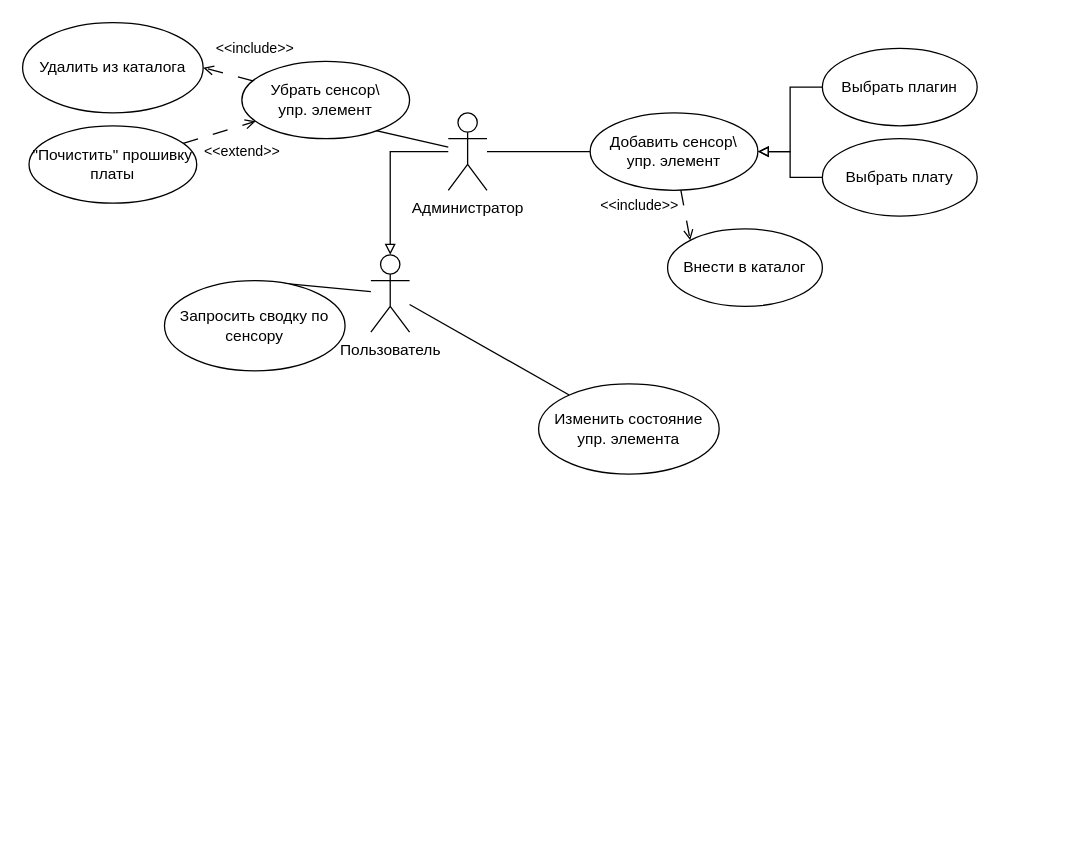
This is LAb4/Usecases.drawio from tireks/OOAP, a draw.io file, before an edit. Source tidied: cells renumbered, new cells numbered last; positions are measured from the earlier drawing's top-left corner, leaving out a move shared by most shapes. Both pictures are drawn from the tidied source at 129%, with x=0, y=0 at pixel (22, 22).
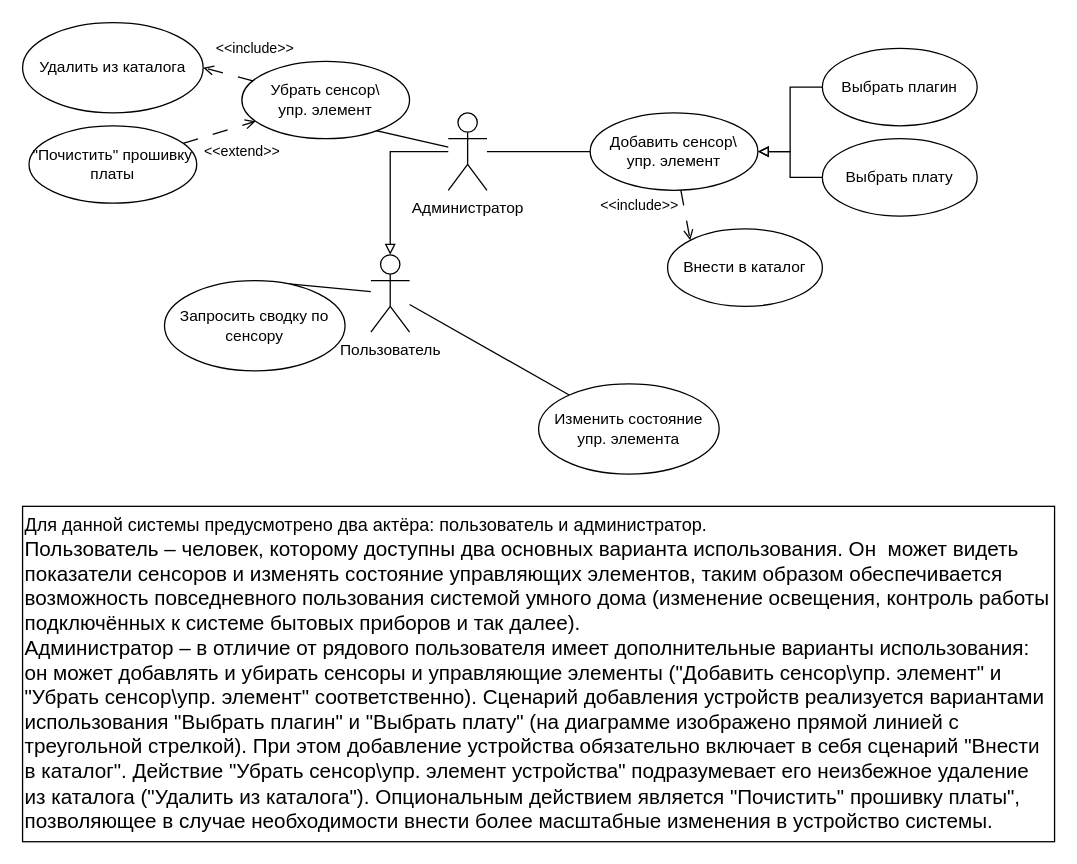
The same diagram, later.

Change to the diagram source:
```diff
@@
+    <mxCell id="23" value="&lt;div&gt;&lt;font style=&quot;font-size: 14px;&quot;&gt;Для данной системы предусмотрено два актёра: пользователь и администратор.&lt;/font&gt;&lt;/div&gt;&lt;div&gt;&lt;font size=&quot;3&quot;&gt;Пользователь – человек, которому доступны два основных варианта использования. Он&amp;nbsp; может видеть показатели сенсоров и изменять состояние управляющих элементов, таким образом обеспечивается возможность повседневного пользования системой умного дома (изменение освещения, контроль работы подключённых к системе бытовых приборов и так далее).&lt;/font&gt;&lt;/div&gt;&lt;div&gt;&lt;font size=&quot;3&quot;&gt;Администратор – в отличие от рядового пользователя имеет дополнительные варианты использования: он может добавлять и убирать сенсоры и управляющие элементы (&quot;Добавить сенсор\упр. элемент&quot; и &quot;Убрать сенсор\упр. элемент&quot; соответственно). Сценарий добавления устройств реализуется вариантами использования &quot;Выбрать плагин&quot; и &quot;Выбрать плату&quot; (на диаграмме изображено прямой линией с треугольной стрелкой). При этом добавление устройства обязательно включает в себя сценарий &quot;Внести в каталог&quot;. Действие &quot;Убрать сенсор\упр. элемент устройства&quot; подразумевает его неизбежное удаление из каталога (&quot;Удалить из каталога&quot;). Опциональным действием является &quot;Почистить&quot; прошивку платы&quot;, позволяющее в случае необходимости внести более масштабные изменения в устройство системы.&lt;/font&gt;&lt;/div&gt;" style="rounded=0;whiteSpace=wrap;html=1;align=left;" parent="1" vertex="1">
+      <mxGeometry y="375" width="800" height="260" as="geometry" />
+    </mxCell>
```
